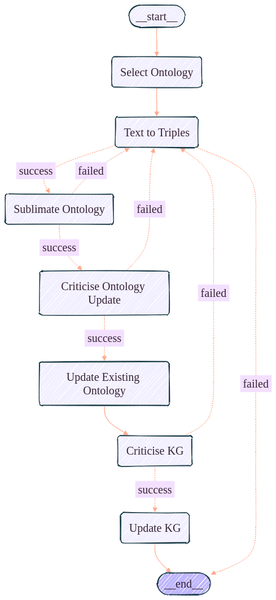
The Mermaid diagram graph.png in genericrobot77/ontocast, before a commit. Its source is kept beside it as graph.mmd.
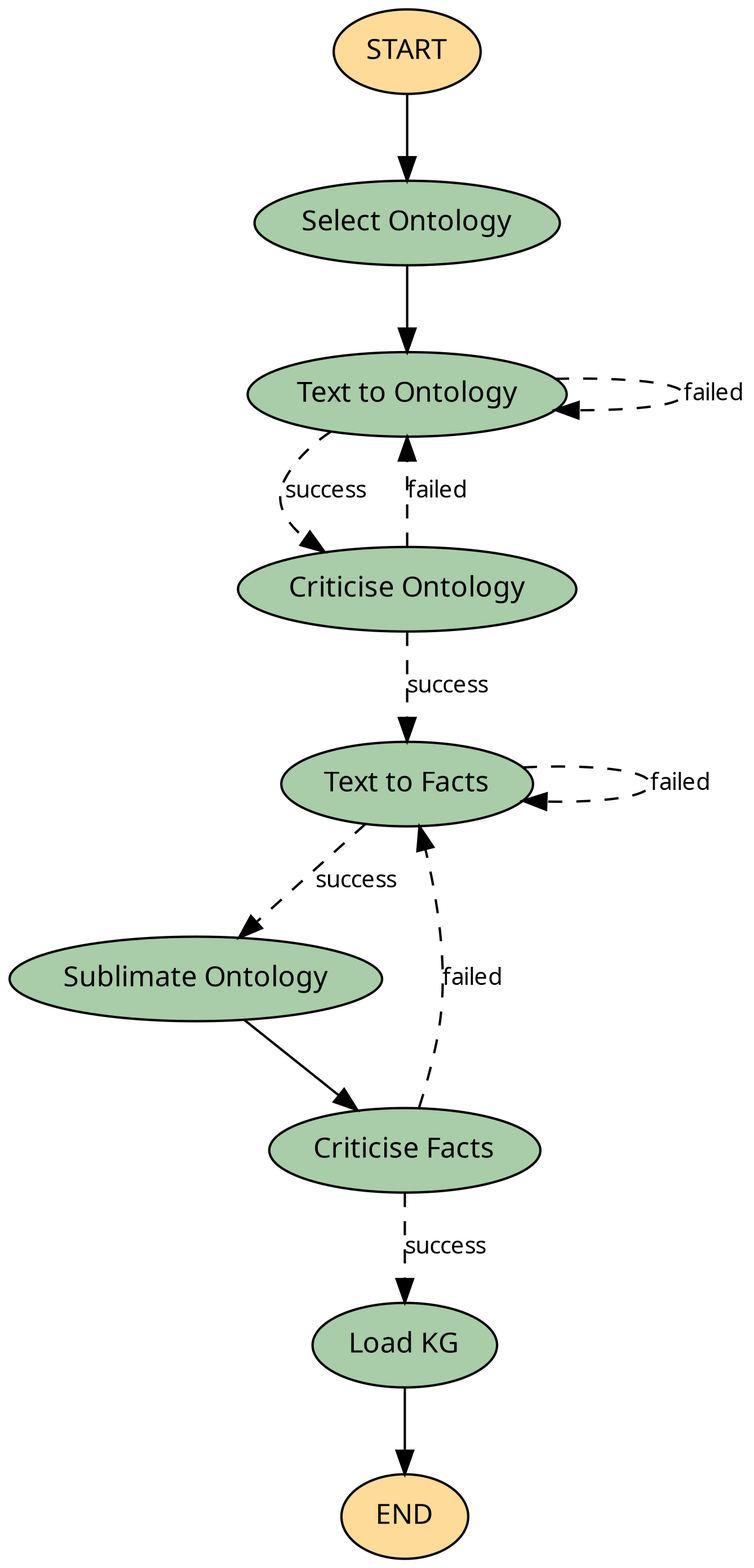
The same diagram one commit later.

Change to the diagram source:
```diff
@@ -17,25 +17,25 @@
 graph TD;
 	__start__([<p>__start__</p>]):::first
 	Select_Ontology(Select Ontology)
-	Text_to_Triples(Text to Triples)
+	Text_to_Ontology(Text to Ontology)
+	Text_to_Facts(Text to Facts)
 	Sublimate_Ontology(Sublimate Ontology)
-	Criticise_Ontology_Update(Criticise Ontology Update)
-	Update_Existing_Ontology(Update Existing Ontology)
-	Criticise_KG(Criticise KG)
-	Update_KG(Update KG)
+	Criticise_Ontology(Criticise Ontology)
+	Criticise_Facts(Criticise Facts)
+	Load_KG(Load KG)
 	__end__([<p>__end__</p>]):::last
-	Select_Ontology --> Text_to_Triples;
-	Update_Existing_Ontology --> Criticise_KG;
-	Update_KG --> __end__;
+	Load_KG --> __end__;
+	Select_Ontology --> Text_to_Ontology;
+	Sublimate_Ontology --> Criticise_Facts;
 	__start__ --> Select_Ontology;
-	Text_to_Triples -. &nbsp;success&nbsp; .-> Sublimate_Ontology;
-	Criticise_Ontology_Update -. &nbsp;success&nbsp; .-> Update_Existing_Ontology;
-	Criticise_Ontology_Update -. &nbsp;failed&nbsp; .-> Text_to_Triples;
-	Sublimate_Ontology -. &nbsp;success&nbsp; .-> Criticise_Ontology_Update;
-	Sublimate_Ontology -. &nbsp;failed&nbsp; .-> Text_to_Triples;
-	Criticise_KG -. &nbsp;success&nbsp; .-> Update_KG;
-	Criticise_KG -. &nbsp;failed&nbsp; .-> Text_to_Triples;
-	Text_to_Triples -. &nbsp;failed&nbsp; .-> Text_to_Triples;
+	Text_to_Ontology -. &nbsp;success&nbsp; .-> Criticise_Ontology;
+	Criticise_Ontology -. &nbsp;success&nbsp; .-> Text_to_Facts;
+	Criticise_Ontology -. &nbsp;failed&nbsp; .-> Text_to_Ontology;
+	Text_to_Facts -. &nbsp;success&nbsp; .-> Sublimate_Ontology;
+	Criticise_Facts -. &nbsp;success&nbsp; .-> Load_KG;
+	Criticise_Facts -. &nbsp;failed&nbsp; .-> Text_to_Facts;
+	Text_to_Ontology -. &nbsp;failed&nbsp; .-> Text_to_Ontology;
+	Text_to_Facts -. &nbsp;failed&nbsp; .-> Text_to_Facts;
 	classDef default fill:#f2f0ff,line-height:1.2
 	classDef first fill-opacity:0
 	classDef last fill:#bfb6fc
```
